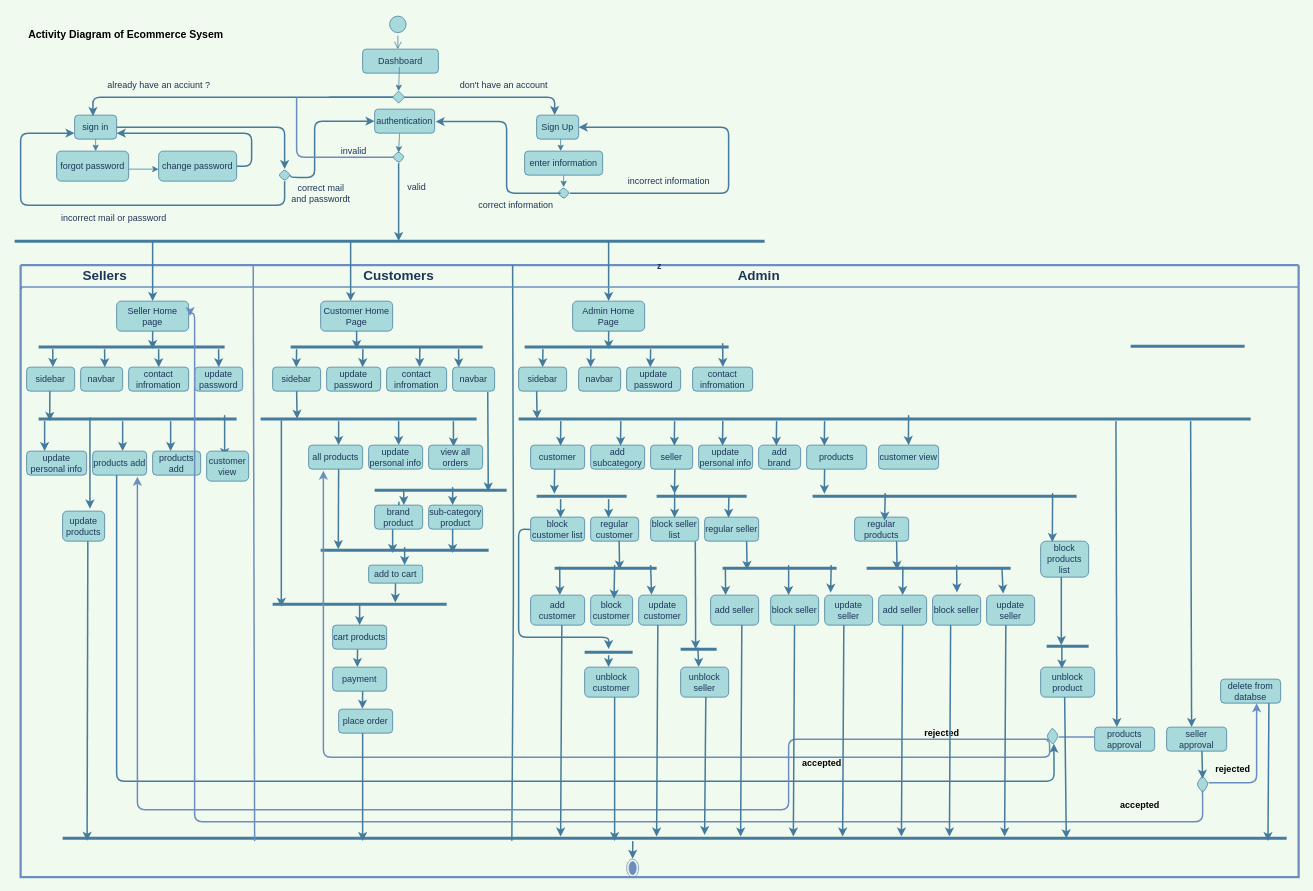
Earlier version of the draw.io diagram Activity Diagram.drawio (Nasrinjaha/Click-Collect). Source tidied: cells renumbered, new cells numbered last; positions are measured from the earlier drawing's top-left corner, leaving out a move shared by most shapes. Both pictures are drawn from the tidied source at 75%, with x=0, y=0 at pixel (14, 13).
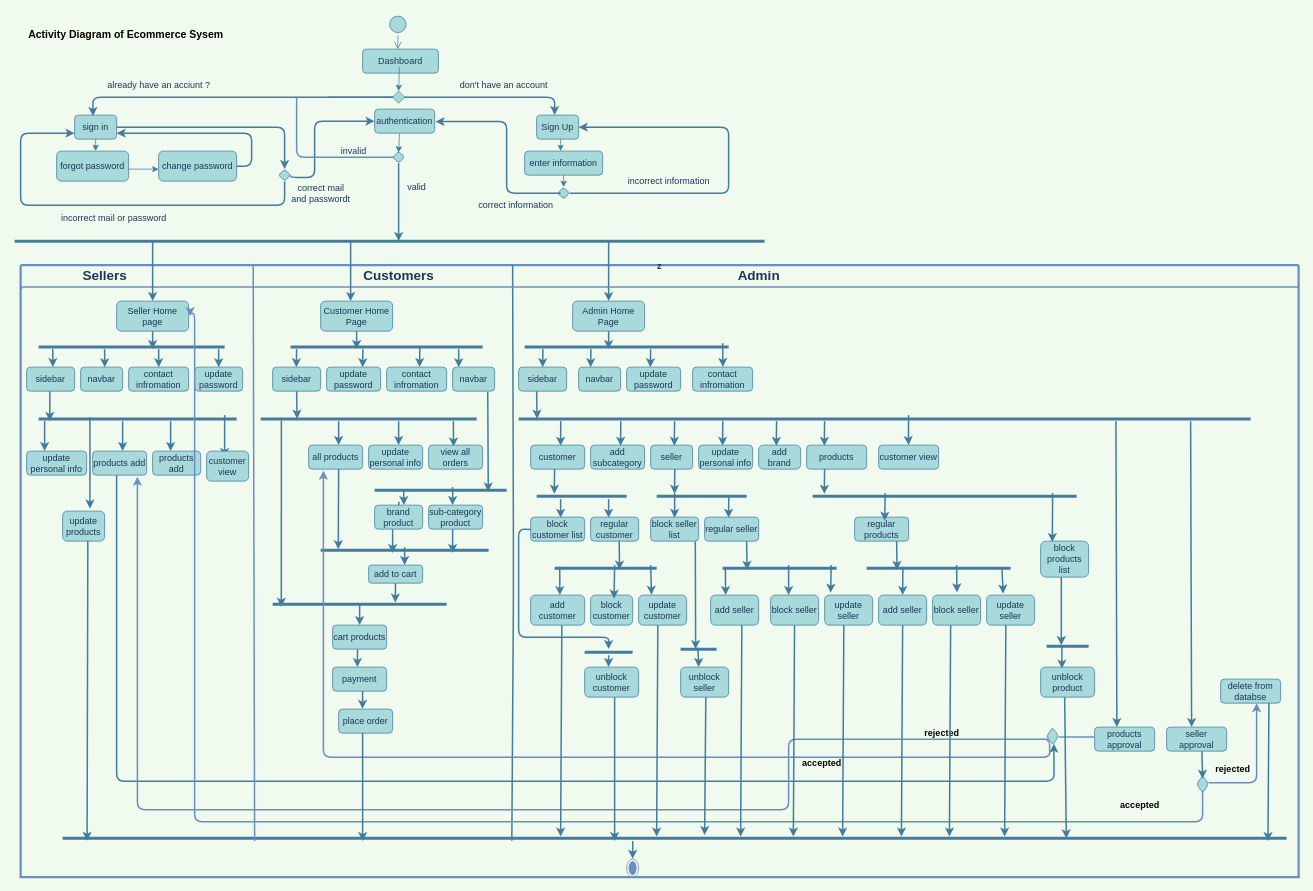
The same diagram, later.

Unchanged cells that the change refers to:
```xml
<mxCell id="29" value="z" style="swimlane;startSize=0;strokeWidth=3;fillColor=#A8DADC;strokeColor=#6C8EBF;fontColor=#1D3557;rounded=1;" parent="1" vertex="1">
  <mxGeometry x="8" y="336" width="1704" height="816" as="geometry" />
</mxCell>
```

What changed in the source:
```diff
@@
-    <mxCell id="162" style="line;strokeWidth=4;html=1;shadow=0;glass=0;labelBackgroundColor=none;labelBorderColor=none;fontFamily=Times New Roman;fontSize=18;fillColor=#A8DADC;strokeColor=#457B9D;fontColor=#1D3557;rounded=1;" parent="29" vertex="1">
-      <mxGeometry x="1480" y="104" width="152" height="8" as="geometry" />
-    </mxCell>
```
